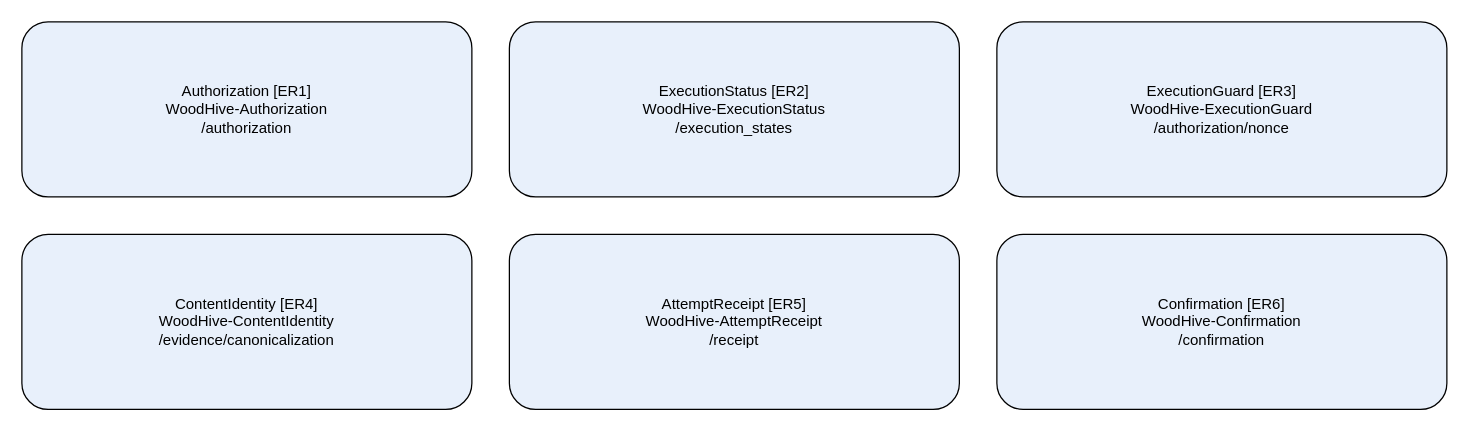
The draw.io diagram reproducibility/paper-b/models/extended-views/Execution.drawio in alexbafana/MKM-POL21-2025, before the edit. Source tidied: cells renumbered, new cells numbered last; positions are measured from the earlier drawing's top-left corner, leaving out a move shared by most shapes. Both pictures are drawn from the tidied source at 125%, with x=0, y=0 at pixel (21, 21).
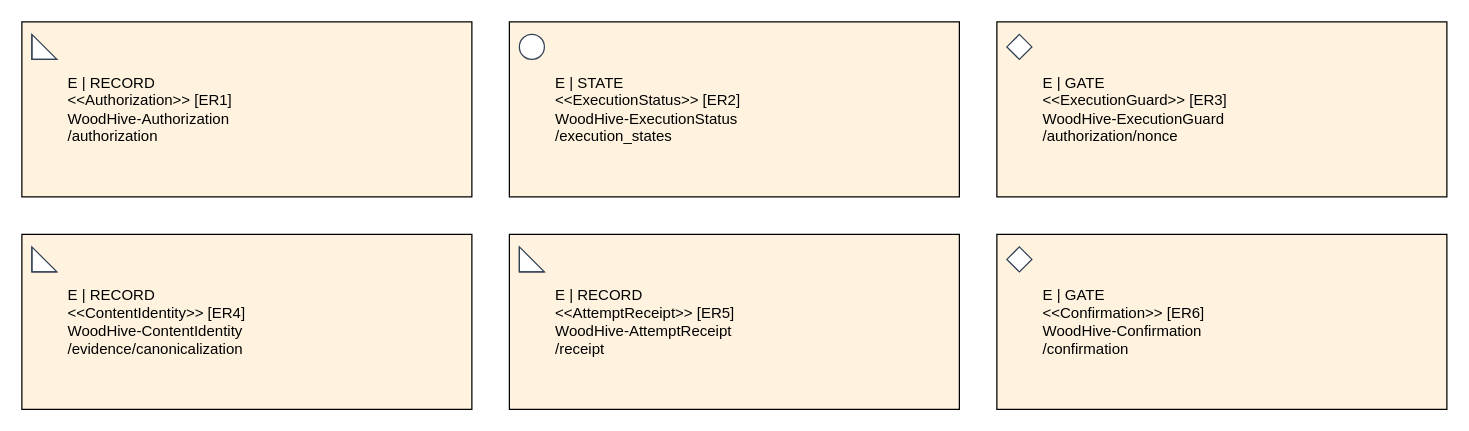
After the change.

What changed in the source:
```diff
@@
 <mxGraphModel>
   <root>
     <mxCell id="0" />
     <mxCell id="1" parent="0" />
-    <mxCell id="2" value="Authorization [ER1]&#10;WoodHive-Authorization&#10;/authorization" style="rounded=1;whiteSpace=wrap;html=0;fillColor=#e8f0fb;" parent="1" vertex="1">
+    <mxCell id="2" value="E | RECORD&#10;&lt;&lt;Authorization&gt;&gt; [ER1]&#10;WoodHive-Authorization&#10;/authorization" style="rounded=0;whiteSpace=wrap;html=0;align=left;spacingLeft=35;fillColor=#fff3df;" parent="1" vertex="1">
       <mxGeometry width="360" height="140" as="geometry" />
     </mxCell>
+    <mxCell id="8" style="shape=note;fillColor=#ffffff;strokeColor=#334155;" parent="2" vertex="1">
+      <mxGeometry x="8" y="10" width="20" height="20" as="geometry" />
+    </mxCell>
-    <mxCell id="3" value="ExecutionStatus [ER2]&#10;WoodHive-ExecutionStatus&#10;/execution_states" style="rounded=1;whiteSpace=wrap;html=0;fillColor=#e8f0fb;" parent="1" vertex="1">
+    <mxCell id="3" value="E | STATE&#10;&lt;&lt;ExecutionStatus&gt;&gt; [ER2]&#10;WoodHive-ExecutionStatus&#10;/execution_states" style="rounded=0;whiteSpace=wrap;html=0;align=left;spacingLeft=35;fillColor=#fff3df;" parent="1" vertex="1">
       <mxGeometry x="390" width="360" height="140" as="geometry" />
     </mxCell>
+    <mxCell id="9" style="shape=ellipse;fillColor=#ffffff;strokeColor=#334155;" parent="3" vertex="1">
+      <mxGeometry x="8" y="10" width="20" height="20" as="geometry" />
+    </mxCell>
-    <mxCell id="4" value="ExecutionGuard [ER3]&#10;WoodHive-ExecutionGuard&#10;/authorization/nonce" style="rounded=1;whiteSpace=wrap;html=0;fillColor=#e8f0fb;" parent="1" vertex="1">
+    <mxCell id="4" value="E | GATE&#10;&lt;&lt;ExecutionGuard&gt;&gt; [ER3]&#10;WoodHive-ExecutionGuard&#10;/authorization/nonce" style="rounded=0;whiteSpace=wrap;html=0;align=left;spacingLeft=35;fillColor=#fff3df;" parent="1" vertex="1">
       <mxGeometry x="780" width="360" height="140" as="geometry" />
     </mxCell>
+    <mxCell id="10" style="shape=rhombus;fillColor=#ffffff;strokeColor=#334155;" parent="4" vertex="1">
+      <mxGeometry x="8" y="10" width="20" height="20" as="geometry" />
+    </mxCell>
-    <mxCell id="5" value="ContentIdentity [ER4]&#10;WoodHive-ContentIdentity&#10;/evidence/canonicalization" style="rounded=1;whiteSpace=wrap;html=0;fillColor=#e8f0fb;" parent="1" vertex="1">
+    <mxCell id="5" value="E | RECORD&#10;&lt;&lt;ContentIdentity&gt;&gt; [ER4]&#10;WoodHive-ContentIdentity&#10;/evidence/canonicalization" style="rounded=0;whiteSpace=wrap;html=0;align=left;spacingLeft=35;fillColor=#fff3df;" parent="1" vertex="1">
       <mxGeometry y="170" width="360" height="140" as="geometry" />
     </mxCell>
+    <mxCell id="11" style="shape=note;fillColor=#ffffff;strokeColor=#334155;" parent="5" vertex="1">
+      <mxGeometry x="8" y="10" width="20" height="20" as="geometry" />
+    </mxCell>
-    <mxCell id="6" value="AttemptReceipt [ER5]&#10;WoodHive-AttemptReceipt&#10;/receipt" style="rounded=1;whiteSpace=wrap;html=0;fillColor=#e8f0fb;" parent="1" vertex="1">
+    <mxCell id="6" value="E | RECORD&#10;&lt;&lt;AttemptReceipt&gt;&gt; [ER5]&#10;WoodHive-AttemptReceipt&#10;/receipt" style="rounded=0;whiteSpace=wrap;html=0;align=left;spacingLeft=35;fillColor=#fff3df;" parent="1" vertex="1">
       <mxGeometry x="390" y="170" width="360" height="140" as="geometry" />
     </mxCell>
+    <mxCell id="12" style="shape=note;fillColor=#ffffff;strokeColor=#334155;" parent="6" vertex="1">
+      <mxGeometry x="8" y="10" width="20" height="20" as="geometry" />
+    </mxCell>
-    <mxCell id="7" value="Confirmation [ER6]&#10;WoodHive-Confirmation&#10;/confirmation" style="rounded=1;whiteSpace=wrap;html=0;fillColor=#e8f0fb;" parent="1" vertex="1">
+    <mxCell id="7" value="E | GATE&#10;&lt;&lt;Confirmation&gt;&gt; [ER6]&#10;WoodHive-Confirmation&#10;/confirmation" style="rounded=0;whiteSpace=wrap;html=0;align=left;spacingLeft=35;fillColor=#fff3df;" parent="1" vertex="1">
       <mxGeometry x="780" y="170" width="360" height="140" as="geometry" />
     </mxCell>
+    <mxCell id="13" style="shape=rhombus;fillColor=#ffffff;strokeColor=#334155;" parent="7" vertex="1">
+      <mxGeometry x="8" y="10" width="20" height="20" as="geometry" />
+    </mxCell>
   </root>
 </mxGraphModel>
```
